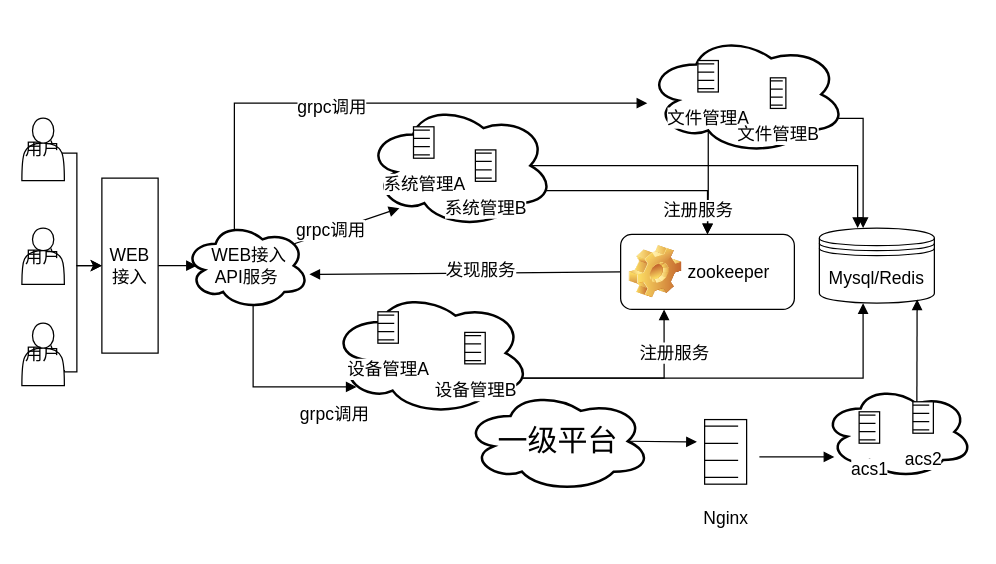
This is framework.drawio from waterwatermelon/graph, a draw.io file, before an edit. Source tidied: cells renumbered, new cells numbered last; positions are measured from the earlier drawing's top-left corner, leaving out a move shared by most shapes. Both pictures are drawn from the tidied source at 125%, with x=0, y=0 at pixel (21, 34).
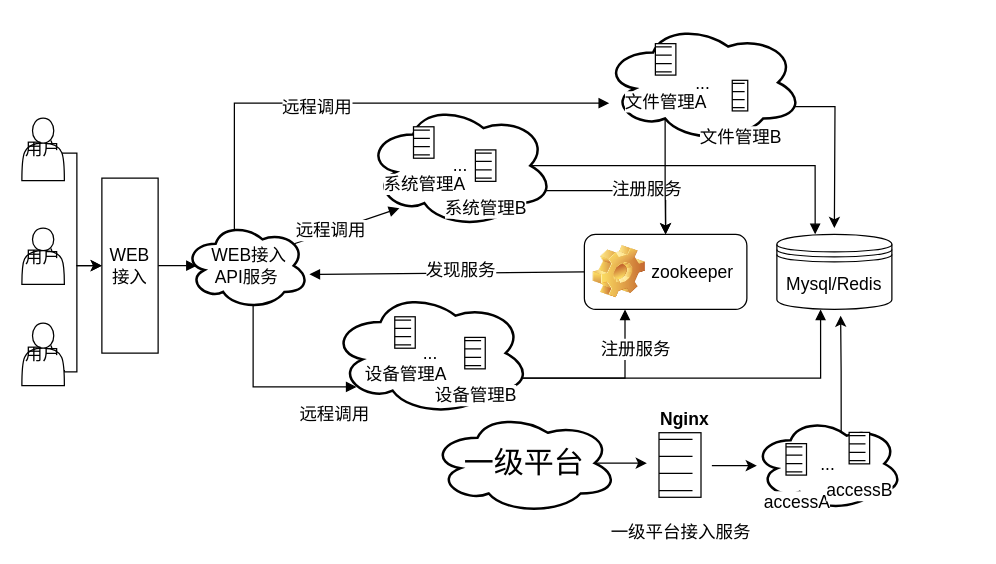
The same page after the edit.

Unchanged cells that the change refers to:
```xml
<mxCell id="4" style="edgeStyle=none;rounded=0;comic=0;jettySize=auto;html=1;exitX=0.88;exitY=0.25;exitDx=0;exitDy=0;exitPerimeter=0;entryX=0.177;entryY=0.84;entryDx=0;entryDy=0;entryPerimeter=0;shadow=0;startArrow=none;startFill=0;endArrow=block;endFill=1;strokeColor=#000000;strokeWidth=1;fontSize=14;" parent="1" edge="1" source="10" target="18">
  <mxGeometry relative="1" as="geometry" />
</mxCell>
<mxCell id="6" style="edgeStyle=orthogonalEdgeStyle;rounded=0;comic=0;jettySize=auto;html=1;exitX=0.4;exitY=0.1;exitDx=0;exitDy=0;exitPerimeter=0;shadow=0;startArrow=none;startFill=0;endArrow=block;endFill=1;strokeColor=#000000;strokeWidth=1;fontSize=14;" parent="1" edge="1" source="10" target="28">
  <mxGeometry relative="1" as="geometry">
    <Array as="points">
      <mxPoint x="170" y="55" />
    </Array>
  </mxGeometry>
</mxCell>
<mxCell id="8" style="edgeStyle=orthogonalEdgeStyle;rounded=0;comic=0;jettySize=auto;html=1;exitX=0.55;exitY=0.95;exitDx=0;exitDy=0;exitPerimeter=0;entryX=0.13;entryY=0.77;entryDx=0;entryDy=0;entryPerimeter=0;shadow=0;startArrow=none;startFill=0;endArrow=block;endFill=1;strokeColor=#000000;strokeWidth=1;fontSize=14;" parent="1" edge="1" source="10" target="22">
  <mxGeometry relative="1" as="geometry">
    <Array as="points">
      <mxPoint x="185" y="282" />
    </Array>
  </mxGeometry>
</mxCell>
```

What changed in the source:
```diff
@@
-    <mxCell id="5" value="grpc调用" style="text;html=1;align=center;verticalAlign=middle;labelBackgroundColor=#ffffff;fontSize=14;" parent="4" vertex="1">
+    <mxCell id="5" value="远程调用" style="text;html=1;align=center;verticalAlign=middle;labelBackgroundColor=#ffffff;fontSize=14;" parent="4" vertex="1">
       <mxGeometry x="-0.32" y="1" relative="1" as="geometry" />
     </mxCell>
@@
-    <mxCell id="7" value="grpc调用" style="text;html=1;align=center;verticalAlign=middle;labelBackgroundColor=#ffffff;fontSize=14;" parent="6" vertex="1">
+    <mxCell id="7" value="远程调用" style="text;html=1;align=center;verticalAlign=middle;labelBackgroundColor=#ffffff;fontSize=14;" parent="6" vertex="1">
       <mxGeometry x="-0.17" y="-2" relative="1" as="geometry" />
     </mxCell>
@@
-    <mxCell id="9" value="grpc调用" style="text;html=1;align=center;verticalAlign=middle;labelBackgroundColor=#ffffff;fontSize=14;" parent="8" vertex="1">
+    <mxCell id="9" value="远程调用" style="text;html=1;align=center;verticalAlign=middle;labelBackgroundColor=#ffffff;fontSize=14;" parent="8" vertex="1">
       <mxGeometry x="-0.12" y="29" relative="1" as="geometry">
         <mxPoint x="35" y="22" as="offset" />
       </mxGeometry>
     </mxCell>
@@
+    <mxCell id="17" style="edgeStyle=orthogonalEdgeStyle;rounded=0;comic=0;jettySize=auto;html=1;exitX=0.875;exitY=0.5;exitDx=0;exitDy=0;exitPerimeter=0;entryX=0.333;entryY=0;entryDx=0;entryDy=0;entryPerimeter=0;shadow=0;startArrow=none;startFill=0;endArrow=block;endFill=1;strokeColor=#000000;strokeWidth=1;fontSize=14;" parent="1" edge="1" source="18" target="29">
+      <mxGeometry relative="1" as="geometry" />
+    </mxCell>
-    <mxCell id="16" style="edgeStyle=orthogonalEdgeStyle;rounded=0;comic=0;jettySize=auto;html=1;exitX=0.96;exitY=0.7;exitDx=0;exitDy=0;exitPerimeter=0;entryX=0.5;entryY=0;entryDx=0;entryDy=0;shadow=0;startArrow=none;startFill=0;endArrow=block;endFill=1;strokeColor=#000000;strokeWidth=1;fontSize=14;" parent="1" edge="1" source="18" target="32">
-      <mxGeometry relative="1" as="geometry">
-        <Array as="points">
-          <mxPoint x="549" y="125" />
-        </Array>
-      </mxGeometry>
+    <mxCell id="16" style="edgeStyle=orthogonalEdgeStyle;rounded=0;jettySize=auto;html=1;exitX=0.96;exitY=0.7;exitDx=0;exitDy=0;exitPerimeter=0;" parent="1" edge="1" source="18" target="32">
+      <mxGeometry relative="1" as="geometry" />
     </mxCell>
-    <mxCell id="17" style="edgeStyle=orthogonalEdgeStyle;rounded=0;comic=0;jettySize=auto;html=1;exitX=0.875;exitY=0.5;exitDx=0;exitDy=0;exitPerimeter=0;entryX=0.333;entryY=0;entryDx=0;entryDy=0;entryPerimeter=0;shadow=0;startArrow=none;startFill=0;endArrow=block;endFill=1;strokeColor=#000000;strokeWidth=1;fontSize=14;" parent="1" edge="1" source="18" target="29">
-      <mxGeometry relative="1" as="geometry" />
-    </mxCell>
+    <mxCell id="27" value="&lt;font style=&quot;font-size: 14px&quot;&gt;注册服务&lt;/font&gt;" style="text;html=1;align=center;verticalAlign=middle;labelBackgroundColor=#ffffff;" parent="16" vertex="1">
+      <mxGeometry x="0.22" y="2" relative="1" as="geometry" />
+    </mxCell>
-    <mxCell id="18" style="ellipse;shape=cloud;strokeWidth=2;fontSize=14;whiteSpace=wrap;html=1;align=center;strokeColor=#000000;" parent="1" vertex="1">
+    <mxCell id="18" value="&lt;span&gt;...&lt;/span&gt;" style="ellipse;shape=cloud;strokeWidth=2;fontSize=14;whiteSpace=wrap;html=1;align=center;strokeColor=#000000;" parent="1" vertex="1">
       <mxGeometry x="275.5" y="55" width="150" height="100" as="geometry" />
     </mxCell>
@@
-    <mxCell id="22" style="ellipse;shape=cloud;strokeWidth=2;fontSize=14;whiteSpace=wrap;html=1;align=center;" parent="1" vertex="1">
+    <mxCell id="22" value="&lt;span&gt;...&lt;/span&gt;" style="ellipse;shape=cloud;strokeWidth=2;fontSize=14;whiteSpace=wrap;html=1;align=center;" parent="1" vertex="1">
       <mxGeometry x="247" y="205" width="160" height="100" as="geometry" />
     </mxCell>
-    <mxCell id="23" style="edgeStyle=none;rounded=0;comic=0;jettySize=auto;html=1;exitX=0.875;exitY=0.5;exitDx=0;exitDy=0;exitPerimeter=0;shadow=0;startArrow=none;startFill=0;endArrow=block;endFill=1;strokeColor=#000000;strokeWidth=1;fontSize=14;" parent="1" edge="1" source="24">
-      <mxGeometry relative="1" as="geometry">
-        <mxPoint x="540" y="326" as="targetPoint" />
-      </mxGeometry>
-    </mxCell>
+    <mxCell id="45" style="edgeStyle=orthogonalEdgeStyle;rounded=0;jettySize=auto;html=1;exitX=0.875;exitY=0.5;exitDx=0;exitDy=0;exitPerimeter=0;" parent="1" edge="1" source="24">
+      <mxGeometry relative="1" as="geometry">
+        <mxPoint x="500" y="343" as="targetPoint" />
+      </mxGeometry>
+    </mxCell>
     <mxCell id="24" value="&lt;font style=&quot;font-size: 24px&quot;&gt;一级平台&lt;/font&gt;" style="ellipse;shape=cloud;strokeWidth=2;fontSize=14;whiteSpace=wrap;html=1;align=center;" parent="1" vertex="1">
-      <mxGeometry x="353.5" y="285" width="150" height="81" as="geometry" />
+      <mxGeometry x="327" y="302.5" width="150" height="81" as="geometry" />
     </mxCell>
-    <mxCell id="25" style="edgeStyle=orthogonalEdgeStyle;rounded=0;comic=0;jettySize=auto;html=1;exitX=0.96;exitY=0.7;exitDx=0;exitDy=0;exitPerimeter=0;shadow=0;startArrow=none;startFill=0;endArrow=block;endFill=1;strokeColor=#000000;strokeWidth=1;fontSize=14;" parent="1" edge="1" source="28" target="29">
-      <mxGeometry relative="1" as="geometry">
-        <Array as="points">
-          <mxPoint x="673" y="67" />
-        </Array>
-      </mxGeometry>
-    </mxCell>
+    <mxCell id="46" style="edgeStyle=orthogonalEdgeStyle;rounded=0;jettySize=auto;html=1;exitX=0.96;exitY=0.7;exitDx=0;exitDy=0;exitPerimeter=0;" parent="1" edge="1" source="28">
+      <mxGeometry relative="1" as="geometry">
+        <mxPoint x="650" y="155" as="targetPoint" />
+      </mxGeometry>
+    </mxCell>
-    <mxCell id="26" style="edgeStyle=orthogonalEdgeStyle;rounded=0;comic=0;jettySize=auto;html=1;exitX=0.31;exitY=0.8;exitDx=0;exitDy=0;exitPerimeter=0;shadow=0;startArrow=none;startFill=0;endArrow=block;endFill=1;strokeColor=#000000;strokeWidth=1;fontSize=14;" parent="1" edge="1" source="28" target="32">
+    <mxCell id="26" style="edgeStyle=orthogonalEdgeStyle;rounded=0;jettySize=auto;html=1;exitX=0.31;exitY=0.8;exitDx=0;exitDy=0;exitPerimeter=0;entryX=0.5;entryY=0;entryDx=0;entryDy=0;" parent="1" edge="1" source="28" target="32">
       <mxGeometry relative="1" as="geometry" />
     </mxCell>
-    <mxCell id="27" value="注册服务" style="text;html=1;align=center;verticalAlign=middle;labelBackgroundColor=#ffffff;fontSize=14;" parent="26" vertex="1">
-      <mxGeometry x="-0.31" y="-1" relative="1" as="geometry">
-        <mxPoint x="-8" y="35" as="offset" />
-      </mxGeometry>
-    </mxCell>
-    <mxCell id="28" style="ellipse;shape=cloud;strokeWidth=2;fontSize=14;whiteSpace=wrap;html=1;align=center;" parent="1" vertex="1">
-      <mxGeometry x="499.5" width="160" height="96" as="geometry" />
+    <mxCell id="28" value="..." style="ellipse;shape=cloud;strokeWidth=2;fontSize=14;whiteSpace=wrap;html=1;align=center;" parent="1" vertex="1">
+      <mxGeometry x="465" y="-9.5" width="160" height="96" as="geometry" />
     </mxCell>
     <mxCell id="29" value="&lt;font style=&quot;font-size: 14px&quot;&gt;Mysql/Redis&lt;/font&gt;" style="shape=datastore;whiteSpace=wrap;html=1;fontSize=14;" parent="1" vertex="1">
-      <mxGeometry x="638" y="155" width="92" height="60" as="geometry" />
+      <mxGeometry x="604" y="160" width="92" height="60" as="geometry" />
     </mxCell>
@@
     <mxCell id="32" value="&lt;span style=&quot;font-weight: normal; font-size: 14px;&quot;&gt;&lt;font style=&quot;font-size: 14px&quot;&gt;zookeeper&lt;/font&gt;&lt;/span&gt;" style="label;whiteSpace=wrap;html=1;image=img/clipart/Gear_128x128.png;strokeColor=#000000;strokeWidth=1;fillColor=#FFFFFF;fontSize=14;" parent="1" vertex="1">
-      <mxGeometry x="479" y="160" width="139" height="60" as="geometry" />
+      <mxGeometry x="450" y="160" width="130" height="60" as="geometry" />
     </mxCell>
@@
     <mxCell id="35" value="&lt;font style=&quot;font-size: 14px&quot;&gt;设备管理A&lt;/font&gt;" style="shape=mxgraph.bpmn.shape;html=1;verticalLabelPosition=bottom;labelBackgroundColor=#ffffff;verticalAlign=top;align=center;perimeter=rhombusPerimeter;symbol=conditional;strokeColor=#000000;strokeWidth=1;fillColor=#FFFFFF;fontSize=14;" parent="1" vertex="1">
-      <mxGeometry x="272.5" y="216" width="41" height="37" as="geometry" />
+      <mxGeometry x="286" y="220" width="41" height="37" as="geometry" />
     </mxCell>
     <mxCell id="36" value="&lt;font style=&quot;font-size: 14px&quot;&gt;设备管理B&lt;/font&gt;" style="shape=mxgraph.bpmn.shape;html=1;verticalLabelPosition=bottom;labelBackgroundColor=#ffffff;verticalAlign=top;align=center;perimeter=rhombusPerimeter;symbol=conditional;strokeColor=#000000;strokeWidth=1;fillColor=#FFFFFF;fontSize=14;" parent="1" vertex="1">
-      <mxGeometry x="342" y="232.5" width="41" height="37" as="geometry" />
+      <mxGeometry x="342" y="236.5" width="41" height="37" as="geometry" />
     </mxCell>
     <mxCell id="37" value="&lt;span style=&quot;font-size: 14px&quot;&gt;文件管理A&lt;/span&gt;" style="shape=mxgraph.bpmn.shape;html=1;verticalLabelPosition=bottom;labelBackgroundColor=#ffffff;verticalAlign=top;align=center;perimeter=rhombusPerimeter;symbol=conditional;strokeColor=#000000;strokeWidth=1;fillColor=#FFFFFF;fontSize=14;" parent="1" vertex="1">
-      <mxGeometry x="528.5" y="15" width="41" height="37" as="geometry" />
+      <mxGeometry x="494.5" y="1.5" width="41" height="37" as="geometry" />
     </mxCell>
     <mxCell id="38" value="&lt;font style=&quot;font-size: 14px&quot;&gt;文件管理B&lt;/font&gt;" style="shape=mxgraph.bpmn.shape;html=1;verticalLabelPosition=bottom;labelBackgroundColor=#ffffff;verticalAlign=top;align=center;perimeter=rhombusPerimeter;symbol=conditional;strokeColor=#000000;strokeWidth=1;fillColor=#FFFFFF;fontSize=14;" parent="1" vertex="1">
-      <mxGeometry x="589.5" y="29" width="31" height="36" as="geometry" />
+      <mxGeometry x="559" y="31" width="31" height="36" as="geometry" />
     </mxCell>
-    <mxCell id="39" style="edgeStyle=none;rounded=0;comic=0;jettySize=auto;html=1;exitX=0.625;exitY=0.2;exitDx=0;exitDy=0;exitPerimeter=0;entryX=0.85;entryY=0.95;entryDx=0;entryDy=0;entryPerimeter=0;shadow=0;startArrow=none;startFill=0;endArrow=block;endFill=1;strokeColor=#000000;strokeWidth=1;fontSize=14;" parent="1" edge="1" source="40" target="29">
-      <mxGeometry relative="1" as="geometry" />
-    </mxCell>
-    <mxCell id="40" style="ellipse;shape=cloud;strokeWidth=2;fontSize=14;whiteSpace=wrap;html=1;align=center;" parent="1" vertex="1">
-      <mxGeometry x="641" y="280.5" width="120" height="75" as="geometry" />
+    <mxCell id="40" value="&lt;span&gt;...&lt;/span&gt;" style="ellipse;shape=cloud;strokeWidth=2;fontSize=14;whiteSpace=wrap;html=1;align=center;" parent="1" vertex="1">
+      <mxGeometry x="585" y="306" width="120" height="75" as="geometry" />
     </mxCell>
-    <mxCell id="41" value="&lt;font style=&quot;font-size: 14px&quot;&gt;acs1&lt;/font&gt;" style="shape=mxgraph.bpmn.shape;html=1;verticalLabelPosition=bottom;labelBackgroundColor=#ffffff;verticalAlign=top;align=center;perimeter=rhombusPerimeter;symbol=conditional;strokeColor=#000000;strokeWidth=1;fillColor=#FFFFFF;fontSize=14;" parent="1" vertex="1">
-      <mxGeometry x="657.5" y="296" width="41" height="37" as="geometry" />
+    <mxCell id="41" value="&lt;font style=&quot;font-size: 14px&quot;&gt;accessA&lt;/font&gt;" style="shape=mxgraph.bpmn.shape;html=1;verticalLabelPosition=bottom;labelBackgroundColor=#ffffff;verticalAlign=top;align=center;perimeter=rhombusPerimeter;symbol=conditional;strokeColor=#000000;strokeWidth=1;fillColor=#FFFFFF;fontSize=14;" parent="1" vertex="1">
+      <mxGeometry x="599" y="321.5" width="41" height="37" as="geometry" />
     </mxCell>
+    <mxCell id="47" style="edgeStyle=orthogonalEdgeStyle;rounded=0;jettySize=auto;html=1;exitX=0.145;exitY=0.145;exitDx=0;exitDy=0;exitPerimeter=0;" parent="1" edge="1" source="42">
+      <mxGeometry relative="1" as="geometry">
+        <mxPoint x="655" y="225" as="targetPoint" />
+      </mxGeometry>
+    </mxCell>
-    <mxCell id="42" value="&lt;font style=&quot;font-size: 14px&quot;&gt;acs2&lt;/font&gt;" style="shape=mxgraph.bpmn.shape;html=1;verticalLabelPosition=bottom;labelBackgroundColor=#ffffff;verticalAlign=top;align=center;perimeter=rhombusPerimeter;outlineConnect=0;symbol=conditional;strokeColor=#000000;strokeWidth=1;fillColor=#FFFFFF;fontSize=14;" parent="1" vertex="1">
-      <mxGeometry x="700.5" y="288" width="41" height="37" as="geometry" />
+    <mxCell id="42" value="&lt;font style=&quot;font-size: 14px&quot;&gt;accessB&lt;/font&gt;" style="shape=mxgraph.bpmn.shape;html=1;verticalLabelPosition=bottom;labelBackgroundColor=#ffffff;verticalAlign=top;align=center;perimeter=rhombusPerimeter;outlineConnect=0;symbol=conditional;strokeColor=#000000;strokeWidth=1;fillColor=#FFFFFF;fontSize=14;" parent="1" vertex="1">
+      <mxGeometry x="649.5" y="312.5" width="41" height="37" as="geometry" />
     </mxCell>
-    <mxCell id="43" style="rounded=0;comic=0;orthogonalLoop=1;jettySize=auto;html=1;shadow=0;startArrow=none;startFill=0;endArrow=block;endFill=1;strokeColor=#000000;strokeWidth=1;fontSize=14;" parent="1" edge="1">
-      <mxGeometry relative="1" as="geometry">
-        <mxPoint x="590" y="338" as="sourcePoint" />
-        <mxPoint x="650" y="338" as="targetPoint" />
-      </mxGeometry>
-    </mxCell>
+    <mxCell id="48" style="edgeStyle=orthogonalEdgeStyle;rounded=0;orthogonalLoop=1;jettySize=auto;html=1;exitX=1;exitY=0.5;exitDx=0;exitDy=0;" parent="1" edge="1">
+      <mxGeometry relative="1" as="geometry">
+        <mxPoint x="552" y="345" as="sourcePoint" />
+        <mxPoint x="588" y="345" as="targetPoint" />
+      </mxGeometry>
+    </mxCell>
-    <mxCell id="44" value="&lt;font style=&quot;font-size: 14px&quot;&gt;Nginx&lt;/font&gt;" style="shape=mxgraph.bpmn.shape;html=1;verticalLabelPosition=bottom;labelBackgroundColor=#ffffff;verticalAlign=top;align=center;perimeter=rhombusPerimeter;symbol=conditional;strokeColor=#000000;strokeWidth=1;fillColor=#FFFFFF;fontSize=14;" parent="1" vertex="1">
-      <mxGeometry x="521" y="296" width="84" height="76" as="geometry" />
+    <mxCell id="44" value="一级平台接入服务" style="shape=mxgraph.bpmn.shape;html=1;verticalLabelPosition=bottom;labelBackgroundColor=#ffffff;verticalAlign=top;align=center;perimeter=rhombusPerimeter;symbol=conditional;strokeColor=#000000;strokeWidth=1;fillColor=#FFFFFF;fontSize=14;" parent="1" vertex="1">
+      <mxGeometry x="484.5" y="306.5" width="84" height="76" as="geometry" />
     </mxCell>
+    <mxCell id="49" value="&lt;b&gt;&lt;font style=&quot;font-size: 14px&quot;&gt;Nginx&lt;/font&gt;&lt;/b&gt;" style="text;html=1;align=left;verticalAlign=top;spacingTop=-4;" parent="1" vertex="1">
+      <mxGeometry x="508.5" y="296.5" width="50" height="20" as="geometry" />
+    </mxCell>
```
